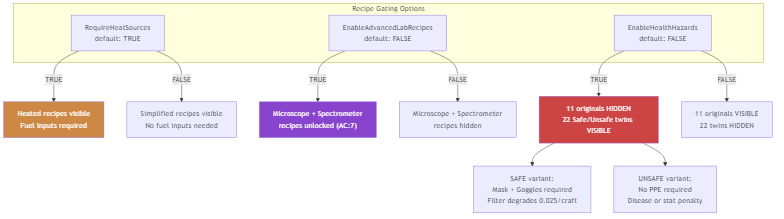
Above: docs/images/sandbox-recipe-gating.png in phobos-dthorga/mod-pz-chemistry-pathways (Mermaid), before the change. Its source is kept beside it as docs/mermaid-src/sandbox-recipe-gating.mmd.
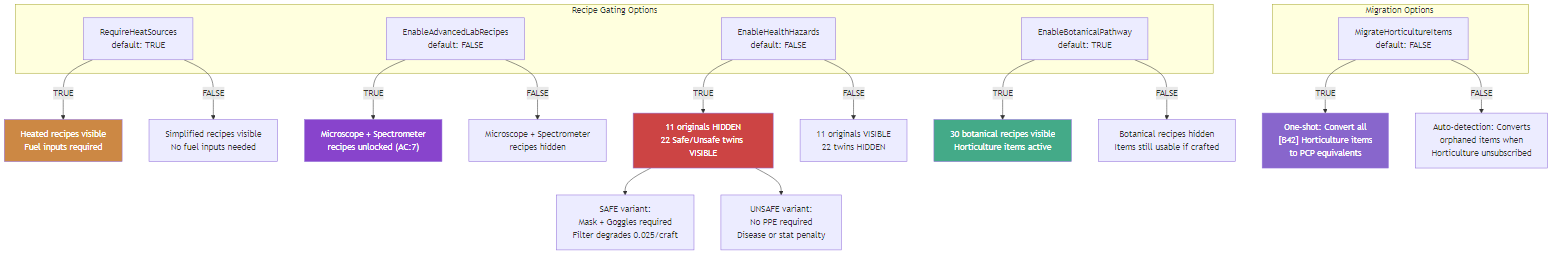
Later version of the same file.

What changed in the source:
```diff
@@ -3,6 +3,7 @@
         S1["RequireHeatSources<br/>default: TRUE"]
         S2["EnableAdvancedLabRecipes<br/>default: FALSE"]
         S3["EnableHealthHazards<br/>default: FALSE"]
+        S4["EnableBotanicalPathway<br/>default: TRUE"]
     end
 
     S1 -->|"TRUE"| H_ON["Heated recipes visible<br/>Fuel inputs required"]
@@ -14,9 +15,21 @@
     S3 -->|"TRUE"| Z_ON["11 originals HIDDEN<br/>22 Safe/Unsafe twins VISIBLE"]
     S3 -->|"FALSE"| Z_OFF["11 originals VISIBLE<br/>22 twins HIDDEN"]
 
+    S4 -->|"TRUE"| B_ON["30 botanical recipes visible<br/>Horticulture items active"]
+    S4 -->|"FALSE"| B_OFF["Botanical recipes hidden<br/>Items still usable if crafted"]
+
     Z_ON --> SAFE["SAFE variant:<br/>Mask + Goggles required<br/>Filter degrades 0.025/craft"]
     Z_ON --> UNSAFE["UNSAFE variant:<br/>No PPE required<br/>Disease or stat penalty"]
+
+    subgraph MIGRATE["Migration Options (PCP_Reset page)"]
+        M1["MigrateHorticultureItems<br/>default: FALSE"]
+    end
+
+    M1 -->|"TRUE"| M_ON["One-shot: Convert all<br/>[B42] Horticulture items<br/>to PCP equivalents"]
+    M1 -->|"FALSE"| M_AUTO["Auto-detection: Converts<br/>orphaned items when<br/>Horticulture unsubscribed"]
 
     style H_ON fill:#c84,color:#fff
     style A_ON fill:#84c,color:#fff
     style Z_ON fill:#c44,color:#fff
+    style B_ON fill:#4a8,color:#fff
+    style M_ON fill:#86c,color:#fff
```
